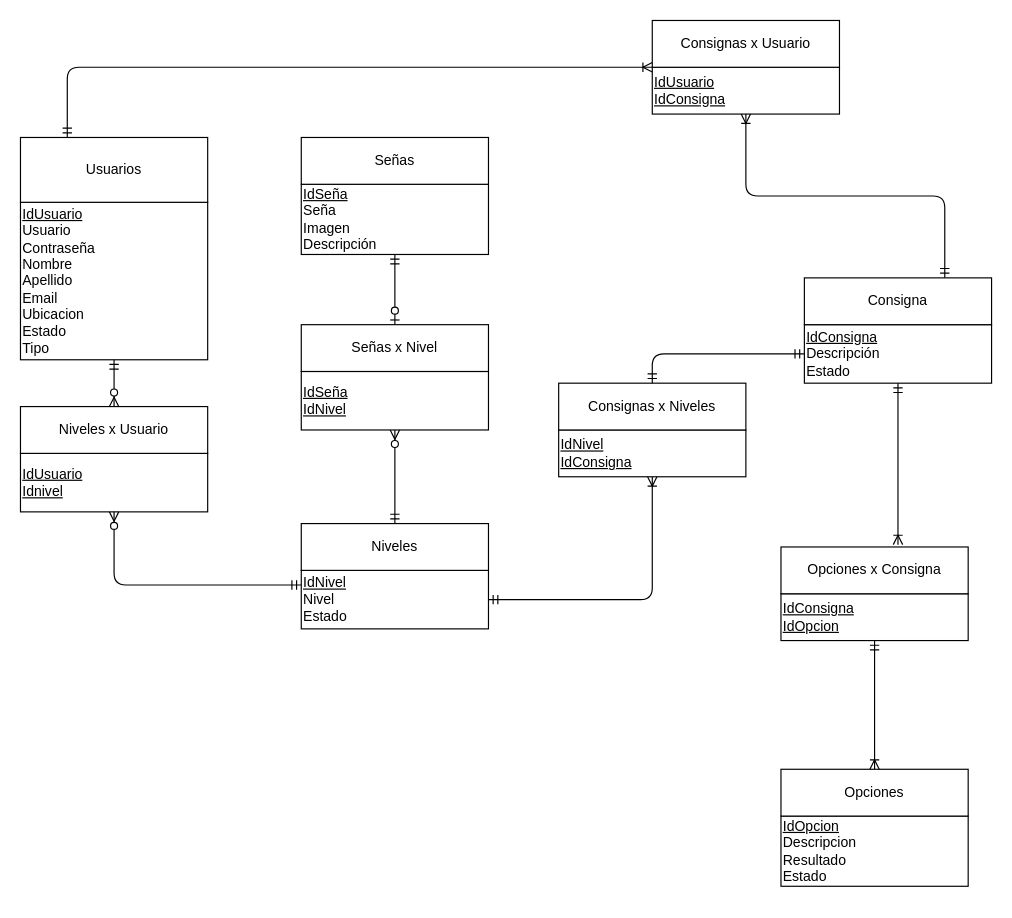
Above: Documentación/DER.drawio in AxelNegro/PA2_Grupo1 (draw.io), before the change. Source tidied: cells renumbered, new cells numbered last; positions are measured from the earlier drawing's top-left corner, leaving out a move shared by most shapes. Both pictures are drawn from the tidied source at 117%, with x=0, y=0 at pixel (20, 20).
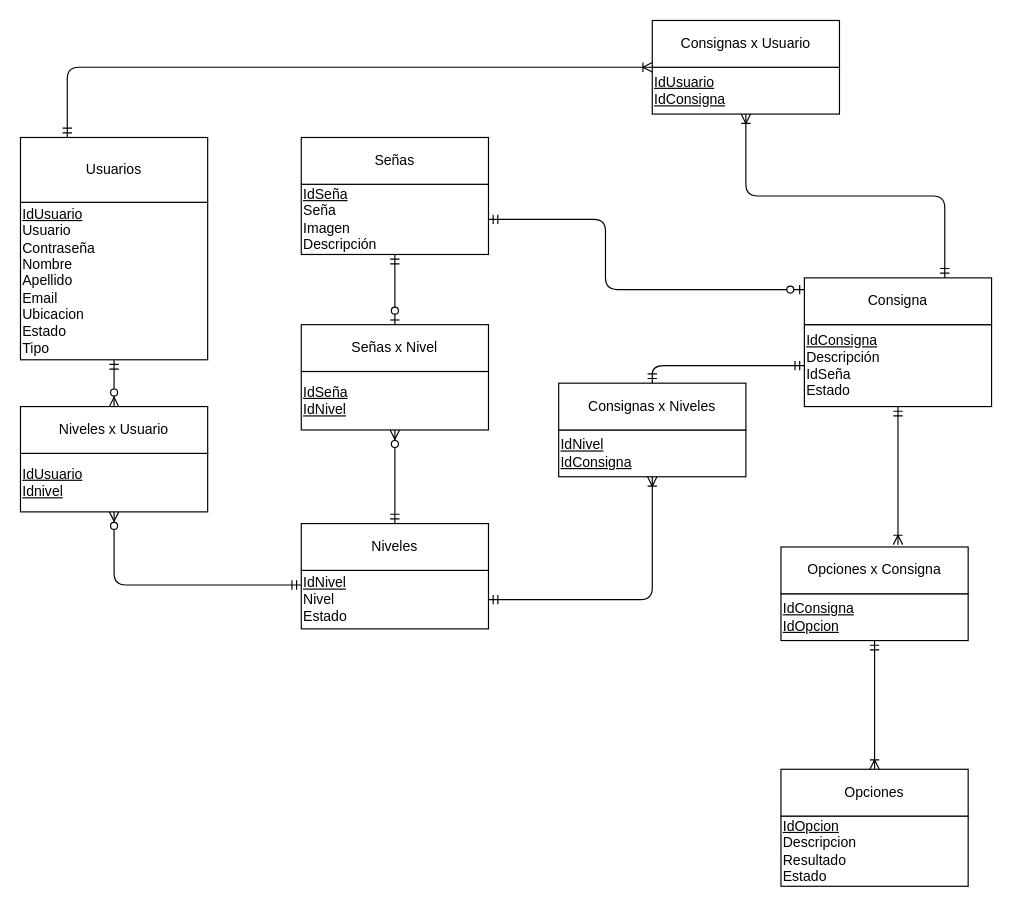
The same page after the edit.

Unchanged cells that the change refers to:
```xml
<mxCell id="10" value="Consigna" style="rounded=0;whiteSpace=wrap;html=1;" parent="8" vertex="1">
  <mxGeometry width="160" height="40" as="geometry" />
</mxCell>
<mxCell id="15" value="&lt;div&gt;&lt;u&gt;IdSeña&lt;/u&gt;&lt;/div&gt;&lt;div&gt;Seña&lt;/div&gt;&lt;div&gt;Imagen&lt;br&gt;&lt;/div&gt;&lt;div&gt;Descripción&lt;/div&gt;" style="rounded=0;whiteSpace=wrap;html=1;align=left;" parent="14" vertex="1">
  <mxGeometry y="40" width="160" height="60" as="geometry" />
</mxCell>
<mxCell id="30" value="Consignas x Niveles" style="rounded=0;whiteSpace=wrap;html=1;" parent="28" vertex="1">
  <mxGeometry width="160" height="40" as="geometry" />
</mxCell>
```

The edit, as a diff of the source:
```diff
@@
     <mxCell id="8" style="group;" parent="1" vertex="1">
-      <mxGeometry x="670" y="220" width="160" height="100" as="geometry" />
+      <mxGeometry x="670" y="220" width="160" height="110" as="geometry" />
     </mxCell>
-    <mxCell id="9" value="&lt;div&gt;&lt;u&gt;IdConsigna&lt;/u&gt;&lt;/div&gt;&lt;div&gt;Descripción&lt;/div&gt;&lt;div&gt;Estado&lt;br&gt;&lt;u&gt;&lt;/u&gt;&lt;/div&gt;" style="rounded=0;whiteSpace=wrap;html=1;align=left;" parent="8" vertex="1">
-      <mxGeometry y="40" width="160" height="50" as="geometry" />
+    <mxCell id="9" value="&lt;div&gt;&lt;u&gt;IdConsigna&lt;/u&gt;&lt;/div&gt;&lt;div&gt;Descripción&lt;/div&gt;&lt;div&gt;IdSeña&lt;/div&gt;&lt;div&gt;Estado&lt;br&gt;&lt;u&gt;&lt;/u&gt;&lt;/div&gt;" style="rounded=0;whiteSpace=wrap;html=1;align=left;" parent="8" vertex="1">
+      <mxGeometry y="40" width="160" height="70" as="geometry" />
     </mxCell>
@@
     <mxCell id="31" style="edgeStyle=orthogonalEdgeStyle;rounded=1;jettySize=auto;html=1;entryX=0.5;entryY=0;entryDx=0;entryDy=0;startArrow=ERmandOne;startFill=0;endArrow=ERmandOne;endFill=0;strokeColor=#000000;" parent="1" edge="1" source="9" target="30">
-      <mxGeometry relative="1" as="geometry" />
+      <mxGeometry relative="1" as="geometry">
+        <Array as="points">
+          <mxPoint x="540" y="295" />
+        </Array>
+      </mxGeometry>
     </mxCell>
@@
+    <mxCell id="41" style="edgeStyle=orthogonalEdgeStyle;rounded=1;jettySize=auto;html=1;startArrow=ERmandOne;startFill=0;endArrow=ERzeroToOne;endFill=1;" parent="1" edge="1" source="15" target="10">
+      <mxGeometry relative="1" as="geometry">
+        <Array as="points">
+          <mxPoint x="500" y="170" />
+          <mxPoint x="500" y="230" />
+        </Array>
+      </mxGeometry>
+    </mxCell>
```
